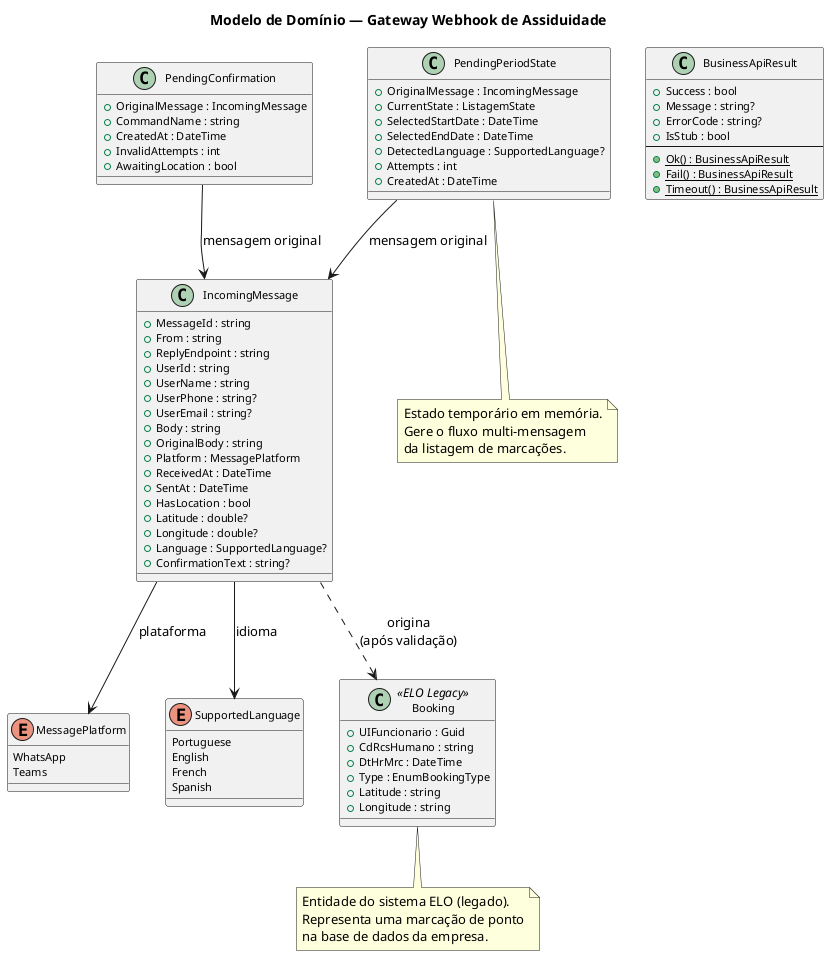
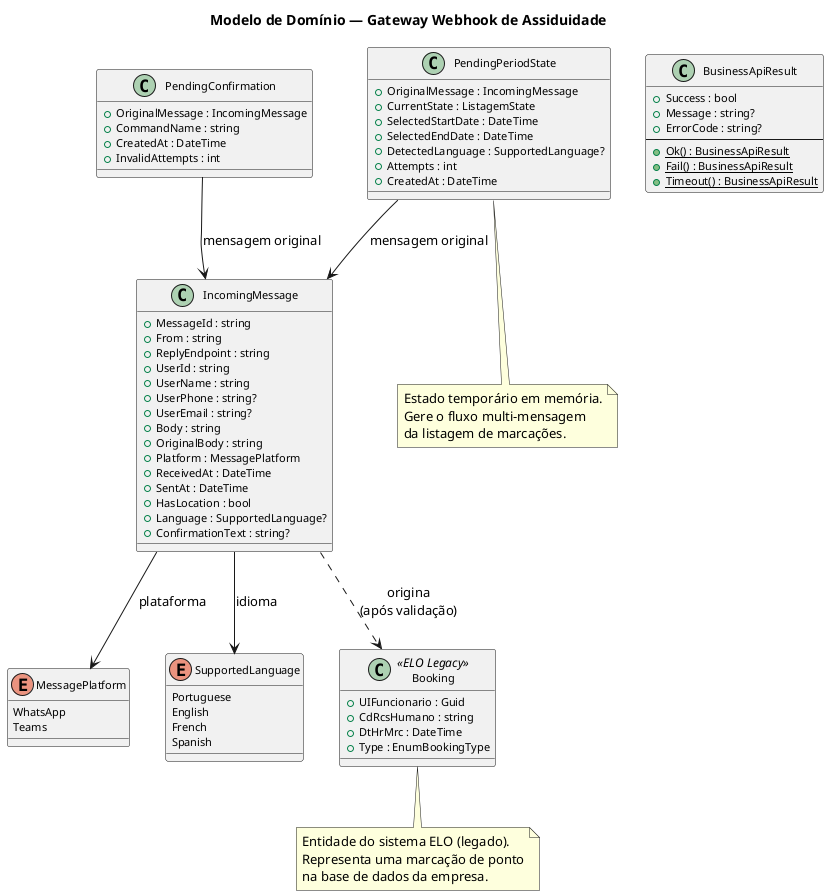
@startuml modelo_dominio
skinparam backgroundColor #FFFFFF
skinparam shadowing false
skinparam defaultFontName "Segoe UI"
skinparam classFontSize 12
skinparam classAttributeFontSize 11

title Modelo de Domínio — Gateway Webhook de Assiduidade

' ─── Enumerações ──────────────────────────────────────────
enum MessagePlatform {
    WhatsApp
    Teams
}

enum SupportedLanguage {
    Portuguese
    English
    French
    Spanish
}

' ─── Classes de Domínio ───────────────────────────────────
class IncomingMessage {
    + MessageId : string
    + From : string
    + ReplyEndpoint : string
    + UserId : string
    + UserName : string
    + UserPhone : string?
    + UserEmail : string?
    + Body : string
    + OriginalBody : string
    + Platform : MessagePlatform
    + ReceivedAt : DateTime
    + SentAt : DateTime
    + HasLocation : bool
-     + Latitude : double?
-     + Longitude : double?
    + Language : SupportedLanguage?
    + ConfirmationText : string?
}

class PendingConfirmation {
    + OriginalMessage : IncomingMessage
    + CommandName : string
    + CreatedAt : DateTime
    + InvalidAttempts : int
-     + AwaitingLocation : bool
}

class PendingPeriodState {
    + OriginalMessage : IncomingMessage
    + CurrentState : ListagemState
    + SelectedStartDate : DateTime
    + SelectedEndDate : DateTime
    + DetectedLanguage : SupportedLanguage?
    + Attempts : int
    + CreatedAt : DateTime
}

class BusinessApiResult {
    + Success : bool
    + Message : string?
    + ErrorCode : string?
-     + IsStub : bool
    --
    + {static} Ok() : BusinessApiResult
    + {static} Fail() : BusinessApiResult
    + {static} Timeout() : BusinessApiResult
}

class Booking <<ELO Legacy>> {
    + UIFuncionario : Guid
    + CdRcsHumano : string
    + DtHrMrc : DateTime
    + Type : EnumBookingType
-     + Latitude : string
-     + Longitude : string
}

' ─── Relações ─────────────────────────────────────────────
IncomingMessage --> MessagePlatform : plataforma
IncomingMessage --> SupportedLanguage : idioma

PendingConfirmation --> IncomingMessage : mensagem original
PendingPeriodState --> IncomingMessage : mensagem original

IncomingMessage ..> Booking : origina\n(após validação)

note bottom of Booking
  Entidade do sistema ELO (legado).
  Representa uma marcação de ponto
  na base de dados da empresa.
end note

note bottom of PendingPeriodState
  Estado temporário em memória.
  Gere o fluxo multi-mensagem
  da listagem de marcações.
end note

@enduml
